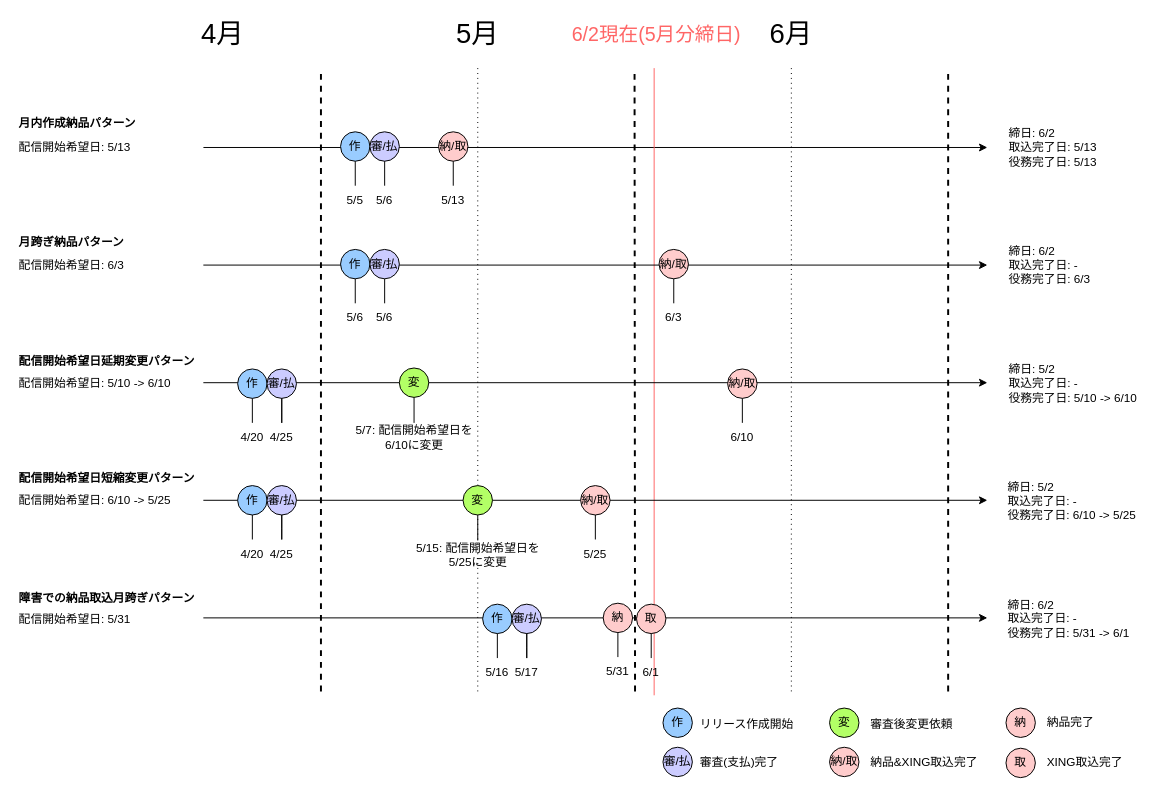
seiryou/test keeps this draw.io diagram as 名称未設定ファイル.drawio. Above is the earlier version. Source tidied: cells renumbered, new cells numbered last; positions are measured from the earlier drawing's top-left corner, leaving out a move shared by most shapes. Both pictures are drawn from the tidied source at 98%, with x=0, y=0 at pixel (17, 19).
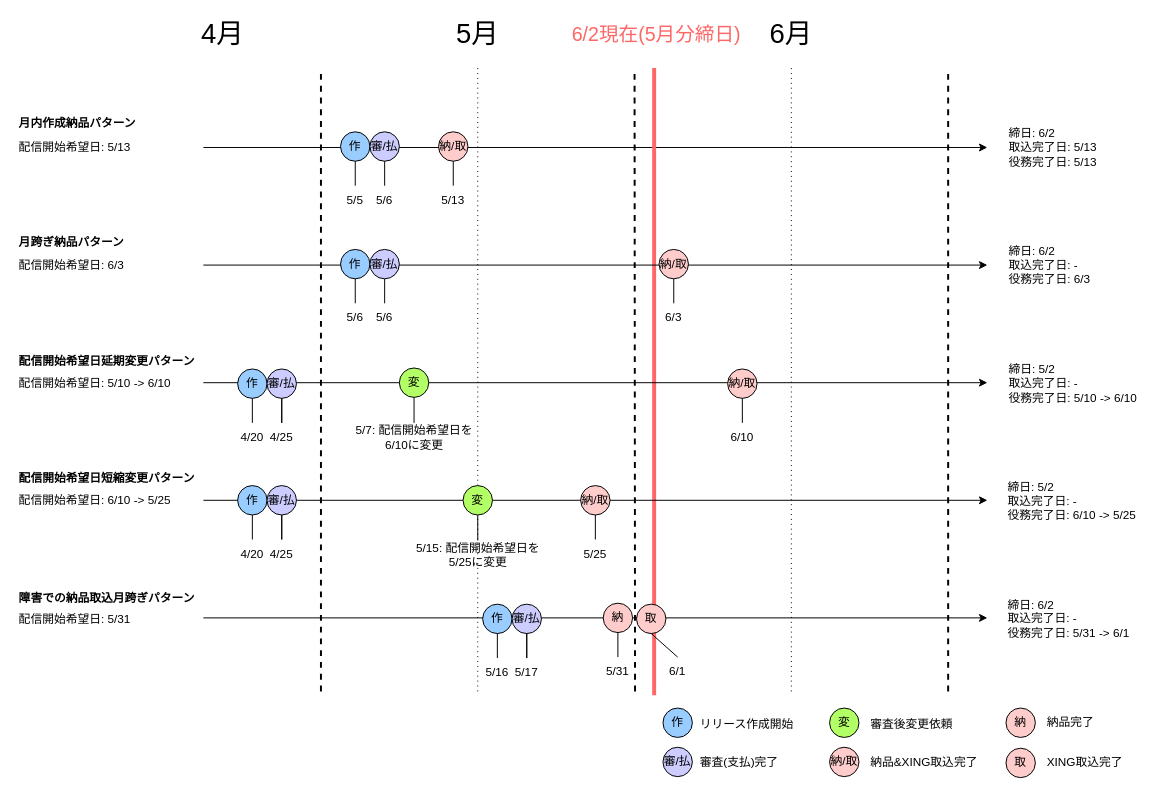
The same page after the edit.

Commit message (it also covers changes not shown here):
名称未設定ファイル.drawio を更新します

Diff of the diagram source:
```diff
@@
-    <mxCell id="11" style="endArrow=none;html=1;rounded=0;endFill=0;strokeColor=#FF6666;" parent="1" edge="1">
+    <mxCell id="11" style="endArrow=none;html=1;rounded=0;endFill=0;strokeColor=#FF6666;strokeWidth=4;" parent="1" edge="1">
       <mxGeometry x="-0.03" y="140" relative="1" as="geometry">
         <mxPoint x="650" y="690" as="sourcePoint" />
         <mxPoint x="650" y="50" as="targetPoint" />
       </mxGeometry>
     </mxCell>
@@
     <mxCell id="82" value="6/1" style="text;html=1;strokeColor=none;fillColor=none;align=center;verticalAlign=middle;whiteSpace=wrap;rounded=0;" parent="1" vertex="1">
-      <mxGeometry x="617" y="652" width="60" height="30" as="geometry" />
+      <mxGeometry x="644" y="651" width="60" height="30" as="geometry" />
     </mxCell>
```
